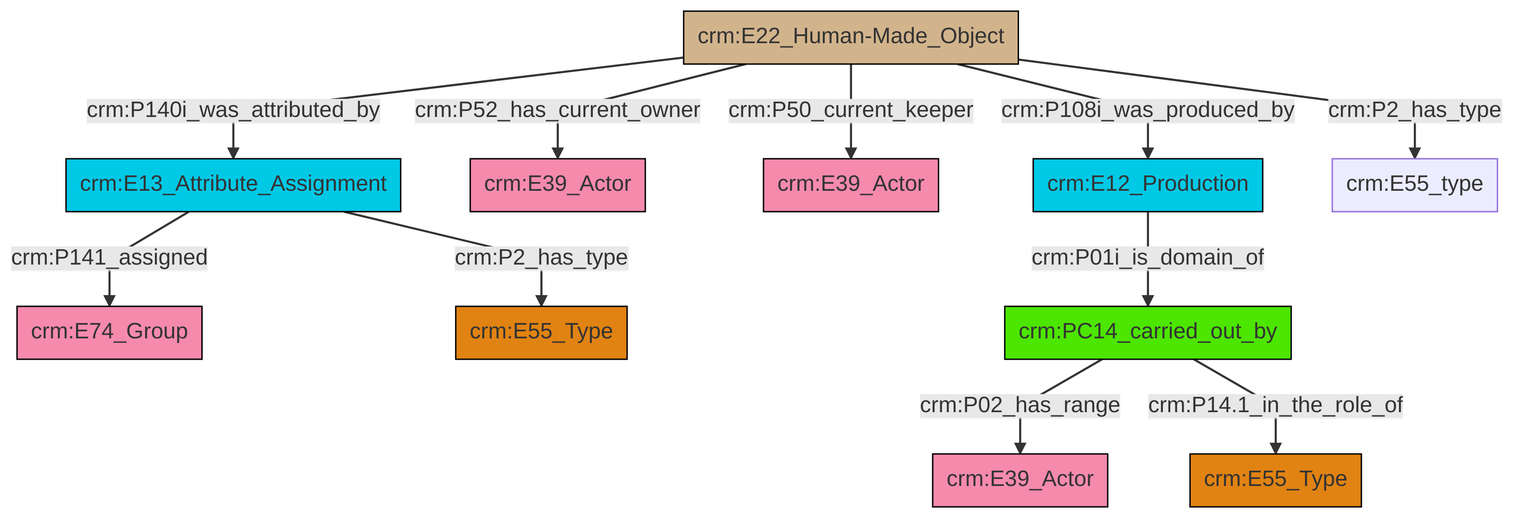
This is et/artworkCSV/ttl/mmd/png/Artwork_Actor_Relations.png from swiss-art-research-net/reference-data-models, a Mermaid export, as it was before one commit. Its source is kept beside it as et/artworkCSV/ttl/mmd/Artwork_Actor_Relations.ttl.mmd.
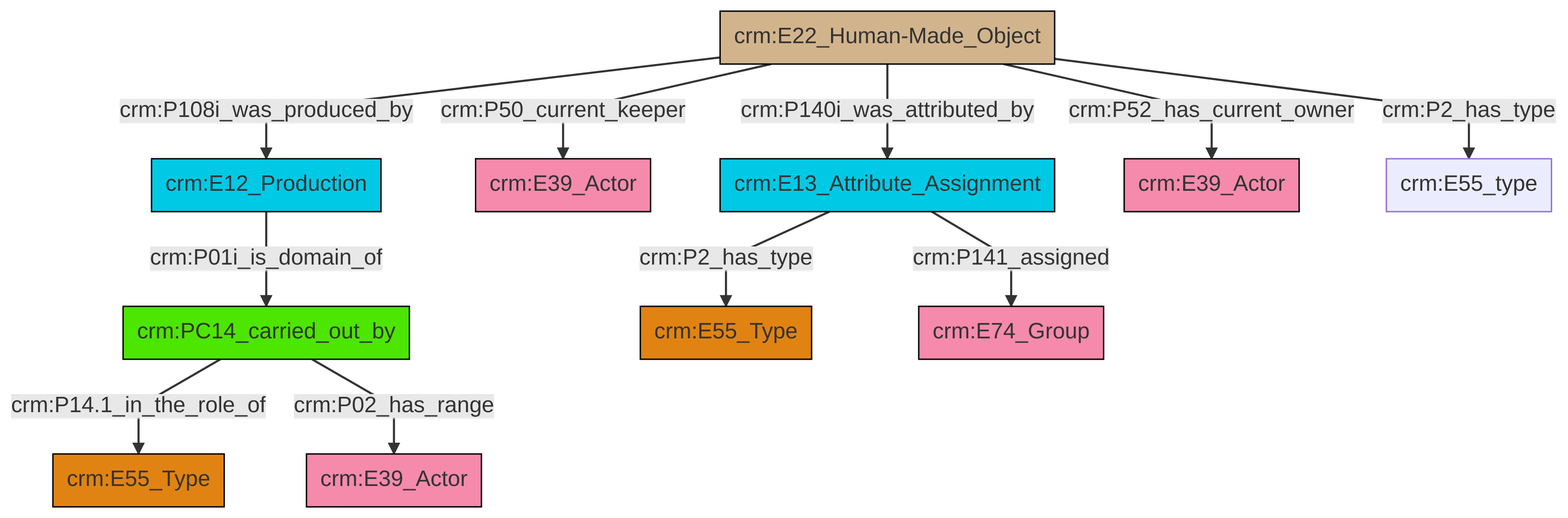
The same diagram one commit later.

The edit, as a diff of the source:
```diff
@@ -13,13 +13,13 @@
 classDef PC_Classes fill:#4ce600, stroke:#000000;
 classDef Multi fill:#cccccc,stroke:#000000;
 
-4["crm:PC14_carried_out_by"]:::PC_Classes -->|crm:P02_has_range| 5["crm:E39_Actor"]:::Actor
-6["crm:E22_Human-Made_Object"]:::Physical_Thing -->|crm:P140i_was_attributed_by| 7["crm:E13_Attribute_Assignment"]:::Temporal_Entity
-6["crm:E22_Human-Made_Object"]:::Physical_Thing -->|crm:P52_has_current_owner| 13["crm:E39_Actor"]:::Actor
-6["crm:E22_Human-Made_Object"]:::Physical_Thing -->|crm:P50_current_keeper| 2["crm:E39_Actor"]:::Actor
-4["crm:PC14_carried_out_by"]:::PC_Classes -->|crm:P14.1_in_the_role_of| 10["crm:E55_Type"]:::Type
-7["crm:E13_Attribute_Assignment"]:::Temporal_Entity -->|crm:P141_assigned| 18["crm:E74_Group"]:::Actor
-6["crm:E22_Human-Made_Object"]:::Physical_Thing -->|crm:P108i_was_produced_by| 16["crm:E12_Production"]:::Temporal_Entity
-7["crm:E13_Attribute_Assignment"]:::Temporal_Entity -->|crm:P2_has_type| 0["crm:E55_Type"]:::Type
-16["crm:E12_Production"]:::Temporal_Entity -->|crm:P01i_is_domain_of| 4["crm:PC14_carried_out_by"]:::PC_Classes
-6["crm:E22_Human-Made_Object"]:::Physical_Thing -->|crm:P2_has_type| 8["crm:E55_type"]:::Default
+0["crm:E22_Human-Made_Object"]:::Physical_Thing -->|crm:P140i_was_attributed_by| 1["crm:E13_Attribute_Assignment"]:::Temporal_Entity
+0["crm:E22_Human-Made_Object"]:::Physical_Thing -->|crm:P50_current_keeper| 3["crm:E39_Actor"]:::Actor
+7["crm:E12_Production"]:::Temporal_Entity -->|crm:P01i_is_domain_of| 5["crm:PC14_carried_out_by"]:::PC_Classes
+0["crm:E22_Human-Made_Object"]:::Physical_Thing -->|crm:P52_has_current_owner| 11["crm:E39_Actor"]:::Actor
+5["crm:PC14_carried_out_by"]:::PC_Classes -->|crm:P14.1_in_the_role_of| 12["crm:E55_Type"]:::Type
+1["crm:E13_Attribute_Assignment"]:::Temporal_Entity -->|crm:P2_has_type| 13["crm:E55_Type"]:::Type
+5["crm:PC14_carried_out_by"]:::PC_Classes -->|crm:P02_has_range| 9["crm:E39_Actor"]:::Actor
+0["crm:E22_Human-Made_Object"]:::Physical_Thing -->|crm:P2_has_type| 15["crm:E55_type"]:::Default
+1["crm:E13_Attribute_Assignment"]:::Temporal_Entity -->|crm:P141_assigned| 21["crm:E74_Group"]:::Actor
+0["crm:E22_Human-Made_Object"]:::Physical_Thing -->|crm:P108i_was_produced_by| 7["crm:E12_Production"]:::Temporal_Entity
```
